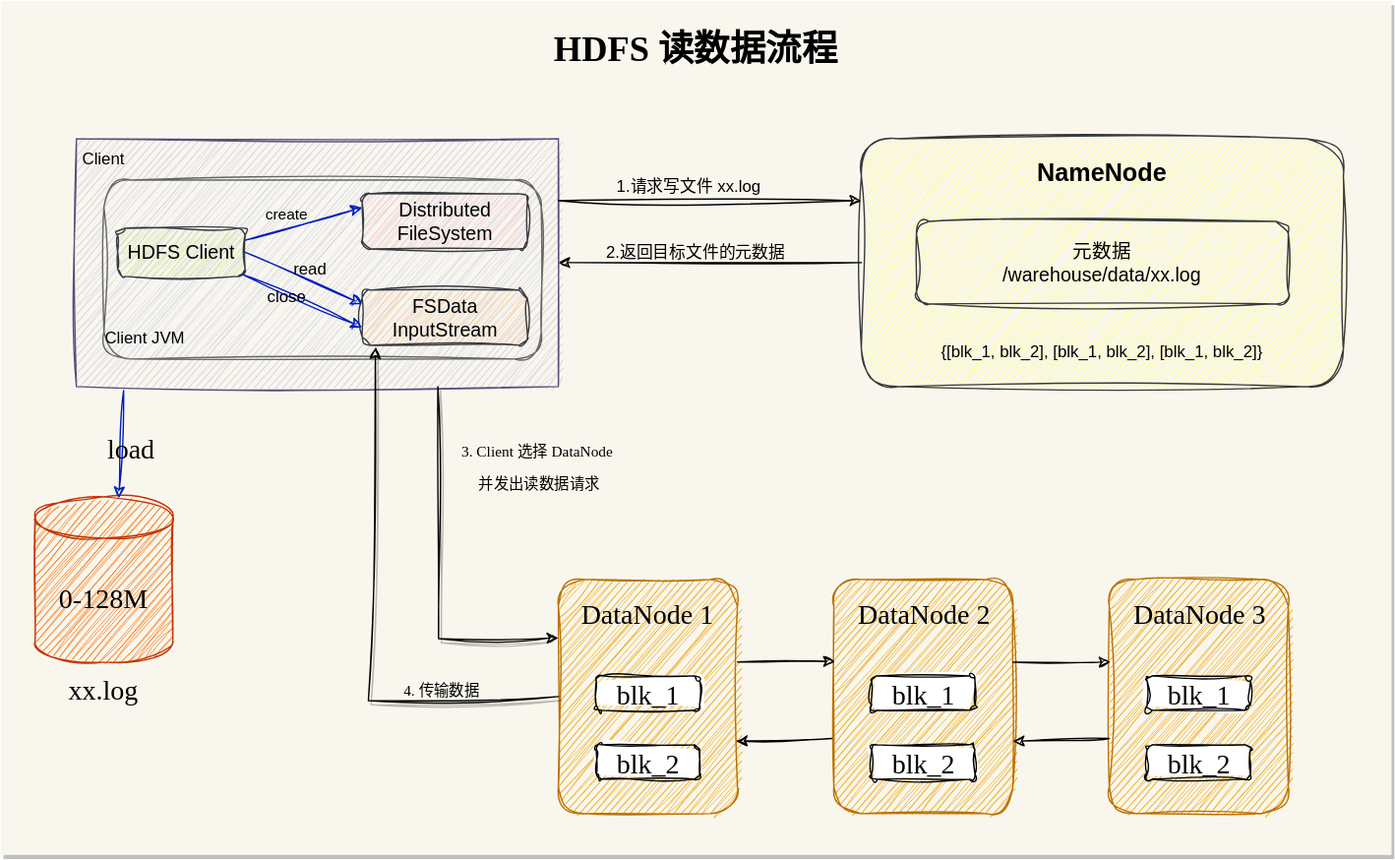
This is hdfs.drawio.svg from QuakeWang/Figure-bed, a draw.io export, as it was before one commit. Source tidied: cells renumbered, new cells last; positions are measured from the earlier drawing's top-left corner, leaving out a move shared by most shapes.
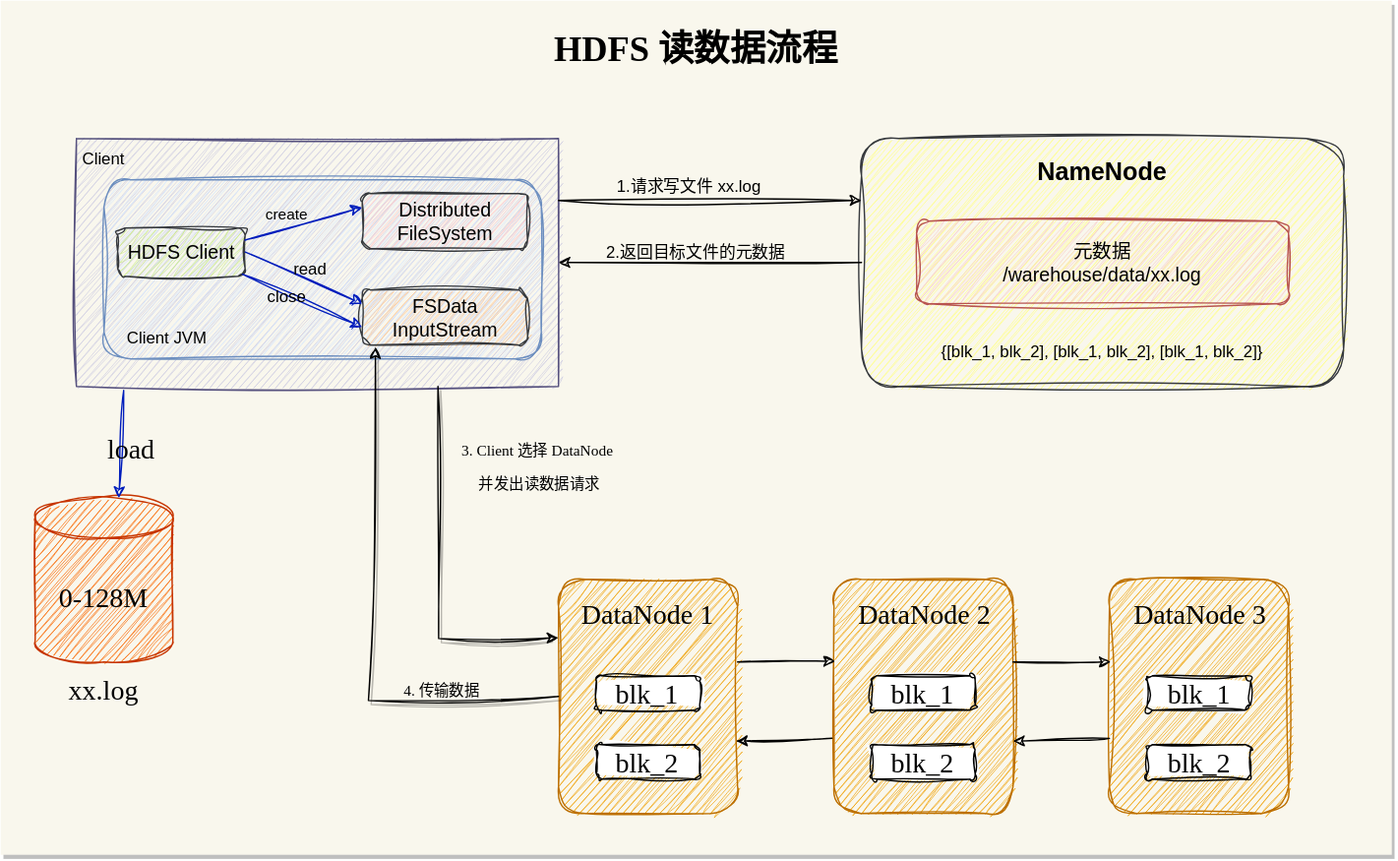
The same diagram one commit later.

The edit, as a diff of the source:
```diff
@@ -8,7 +8,7 @@
     <mxCell id="3" style="rounded=0;whiteSpace=wrap;html=1;fillColor=#d0cee2;strokeColor=#56517e;shadow=0;glass=0;sketch=1;curveFitting=1;jiggle=2;" parent="1" vertex="1">
       <mxGeometry x="55" y="100" width="350" height="180" as="geometry" />
     </mxCell>
-    <mxCell id="4" style="rounded=1;whiteSpace=wrap;html=1;fillColor=#f5f5f5;strokeColor=#666666;fontColor=#333333;sketch=1;curveFitting=1;jiggle=2;" parent="1" vertex="1">
+    <mxCell id="4" style="rounded=1;whiteSpace=wrap;html=1;fillColor=#dae8fc;strokeColor=#6c8ebf;sketch=1;curveFitting=1;jiggle=2;" parent="1" vertex="1">
       <mxGeometry x="75" y="130" width="317.5" height="130" as="geometry" />
     </mxCell>
     <mxCell id="5" value="&lt;font style=&quot;font-size: 14px;&quot;&gt;HDFS Client&lt;/font&gt;" style="rounded=1;whiteSpace=wrap;html=1;fillColor=#cdeb8b;strokeColor=#36393d;sketch=1;curveFitting=1;jiggle=2;" parent="1" vertex="1">
@@ -24,7 +24,7 @@
       <mxGeometry x="45" y="100" width="60" height="30" as="geometry" />
     </mxCell>
     <mxCell id="9" value="Client JVM" style="text;html=1;strokeColor=none;fillColor=none;align=center;verticalAlign=middle;whiteSpace=wrap;rounded=1;sketch=1;curveFitting=1;jiggle=2;" parent="1" vertex="1">
-      <mxGeometry x="75" y="230" width="60" height="30" as="geometry" />
+      <mxGeometry x="75" y="230" width="92" height="30" as="geometry" />
     </mxCell>
     <mxCell id="10" style="rounded=1;whiteSpace=wrap;html=1;fillColor=#ffff88;strokeColor=#36393d;gradientColor=none;sketch=1;curveFitting=1;jiggle=2;" parent="1" vertex="1">
       <mxGeometry x="625" y="100" width="350" height="180" as="geometry" />
@@ -32,7 +32,7 @@
     <mxCell id="11" value="&lt;font style=&quot;font-size: 18px;&quot;&gt;&lt;b&gt;NameNode&lt;/b&gt;&lt;/font&gt;" style="text;html=1;strokeColor=none;fillColor=none;align=center;verticalAlign=middle;whiteSpace=wrap;rounded=1;sketch=1;curveFitting=1;jiggle=2;" parent="1" vertex="1">
       <mxGeometry x="770" y="110" width="60" height="30" as="geometry" />
     </mxCell>
-    <mxCell id="12" value="&lt;font style=&quot;font-size: 14px;&quot;&gt;元数据&lt;br&gt;/warehouse/data/xx.log&lt;/font&gt;" style="rounded=1;whiteSpace=wrap;html=1;fillColor=#f9f7ed;strokeColor=#36393d;sketch=1;curveFitting=1;jiggle=2;" parent="1" vertex="1">
+    <mxCell id="12" value="&lt;font style=&quot;font-size: 14px;&quot;&gt;元数据&lt;br&gt;/warehouse/data/xx.log&lt;/font&gt;" style="rounded=1;whiteSpace=wrap;html=1;fillColor=#f8cecc;strokeColor=#b85450;sketch=1;curveFitting=1;jiggle=2;" parent="1" vertex="1">
       <mxGeometry x="665" y="160" width="270" height="60" as="geometry" />
     </mxCell>
     <mxCell id="13" style="endArrow=classic;html=1;rounded=1;exitX=1;exitY=0.25;exitDx=0;exitDy=0;entryX=0;entryY=0.25;entryDx=0;entryDy=0;sketch=1;curveFitting=1;jiggle=2;" parent="1" edge="1" source="3" target="10">
```
